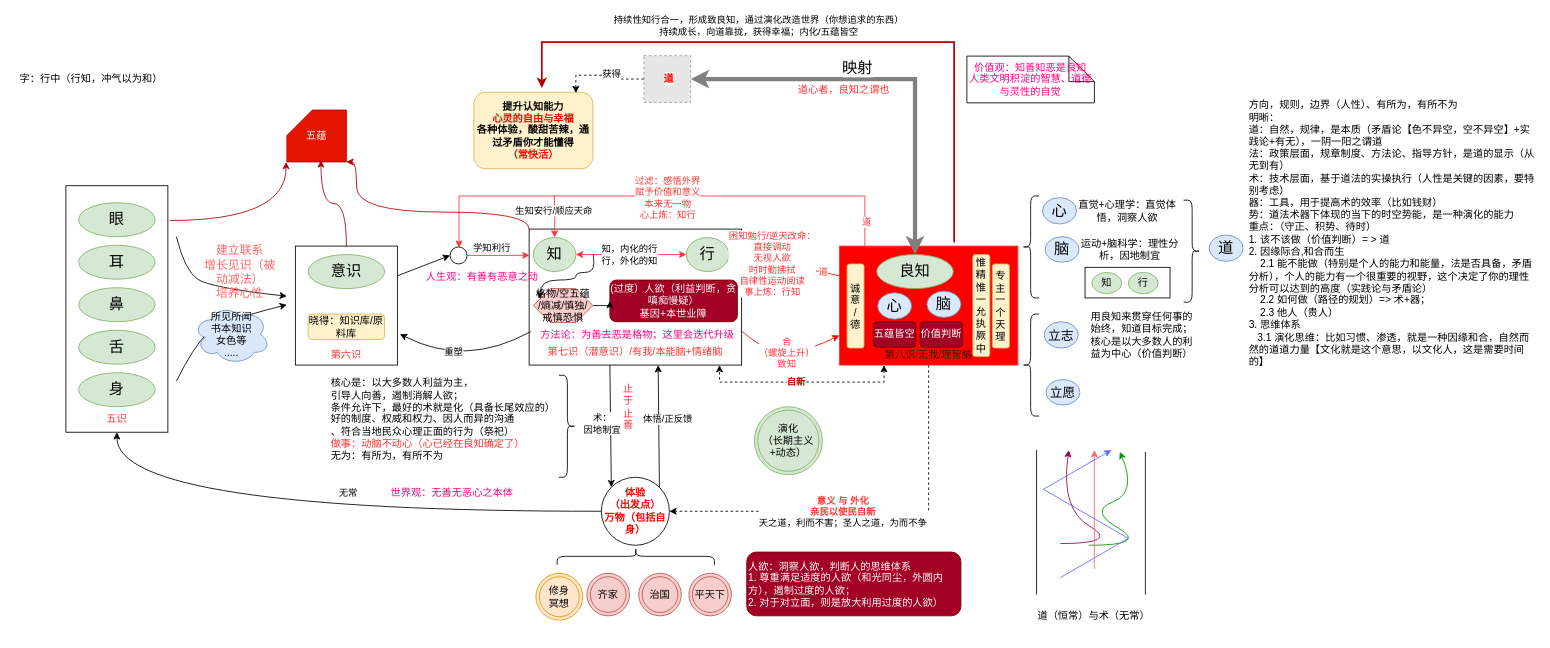
The draw.io diagram page "良知" (1 of 2) of xinxue.drawio in kason-huang/DrawIO, before the edit. Source tidied: cells renumbered, new cells numbered last; positions are measured from the earlier drawing's top-left corner, leaving out a move shared by most shapes. Both pictures are drawn from the tidied source at 85%, with x=0, y=0 at pixel (14, 42). Pictures stored in the file or linked from it are replaced by grey dashed boxes.
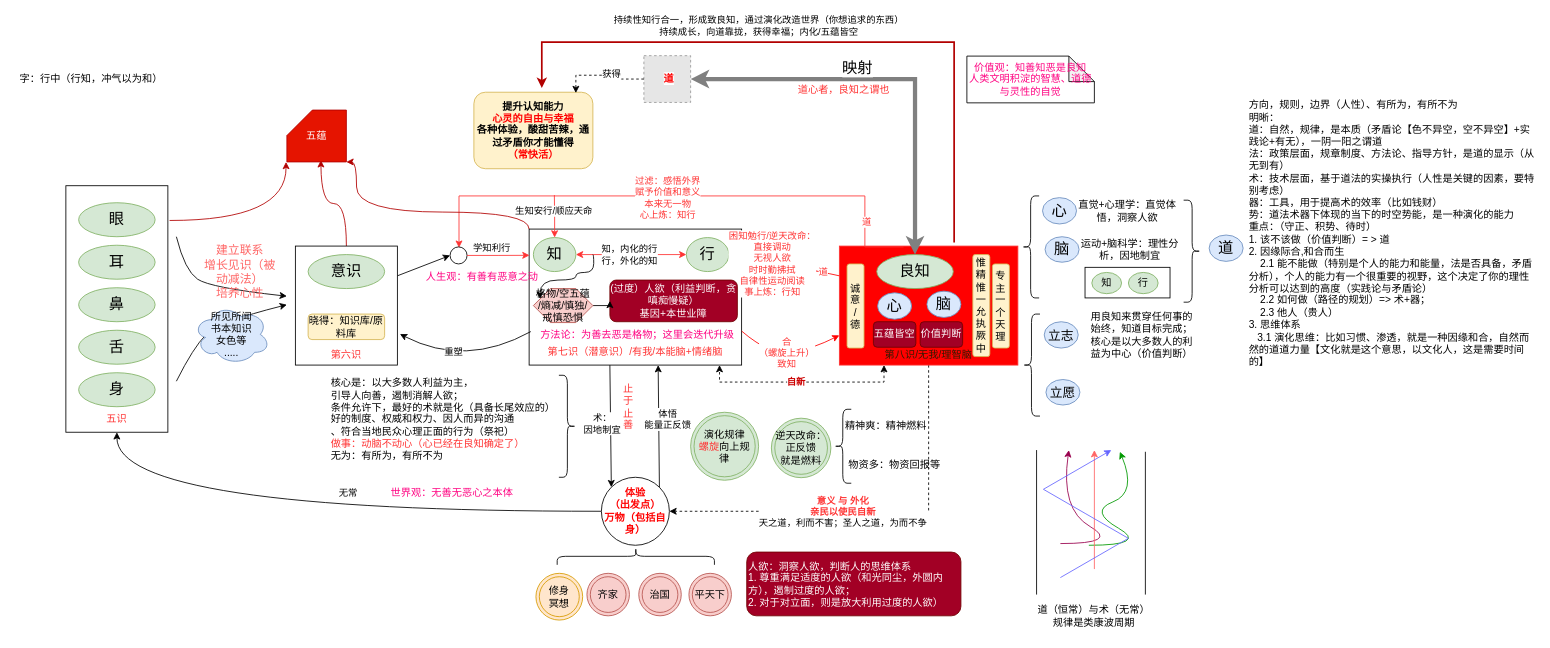
Above is the later version.

The change refers to these unchanged cells:
```xml
<mxCell id="50" style="rounded=0;jettySize=auto;html=1;entryX=0.583;entryY=1;entryDx=0;entryDy=0;entryPerimeter=0;exitX=1;exitY=0;exitDx=0;exitDy=0;" parent="1" edge="1" source="49">
  <mxGeometry relative="1" as="geometry">
    <mxPoint x="756.8" y="380" as="targetPoint" />
  </mxGeometry>
</mxCell>
```

The edit, as a diff of the source:
```diff
@@
-    <mxCell id="51" value="体悟/正反馈" style="edgeLabel;html=1;align=center;verticalAlign=middle;" parent="50" vertex="1">
+    <mxCell id="51" value="体悟&lt;div&gt;能量正反馈&lt;/div&gt;" style="edgeLabel;html=1;align=center;verticalAlign=middle;" parent="50" vertex="1">
       <mxGeometry x="0.09" relative="1" as="geometry">
         <mxPoint x="10" y="-2" as="offset" />
       </mxGeometry>
     </mxCell>
@@
     <mxCell id="64" style="shape=curlyBracket;whiteSpace=wrap;html=1;rounded=1;labelPosition=left;verticalLabelPosition=middle;align=right;verticalAlign=middle;" parent="1" vertex="1">
-      <mxGeometry x="1185" y="320" width="20" height="120" as="geometry" />
+      <mxGeometry x="1186" y="320" width="20" height="120" as="geometry" />
     </mxCell>
@@
-    <mxCell id="99" value="道（恒常）与术（无常）" style="text;html=1;align=center;verticalAlign=middle;strokeColor=none;fillColor=none;" parent="1" vertex="1">
-      <mxGeometry x="1189" y="660" width="160" height="30" as="geometry" />
+    <mxCell id="99" value="道（恒常）与术（无常）&lt;div&gt;规律是类康波周期&lt;/div&gt;" style="text;html=1;align=center;verticalAlign=middle;strokeColor=none;fillColor=none;" parent="1" vertex="1">
+      <mxGeometry x="1189" y="655" width="160" height="40" as="geometry" />
     </mxCell>
@@
-    <mxCell id="104" value="演化&lt;br&gt;（长期主义+动态）" style="ellipse;shape=doubleEllipse;whiteSpace=wrap;html=1;fillColor=#d5e8d4;strokeColor=#82b366;" parent="1" vertex="1">
-      <mxGeometry x="870" y="429" width="80" height="80" as="geometry" />
+    <mxCell id="104" value="演化规律&lt;br&gt;&lt;font color=&quot;#ff3333&quot;&gt;螺旋&lt;/font&gt;向上规律" style="ellipse;shape=doubleEllipse;whiteSpace=wrap;html=1;fillColor=#d5e8d4;strokeColor=#82b366;" parent="1" vertex="1">
+      <mxGeometry x="795" y="435.5" width="80" height="80" as="geometry" />
     </mxCell>
@@
+    <mxCell id="114" value="逆天改命：&lt;div&gt;正反馈&lt;div&gt;就是燃料&lt;/div&gt;&lt;/div&gt;" style="ellipse;shape=doubleEllipse;whiteSpace=wrap;html=1;fillColor=#d5e8d4;strokeColor=#82b366;" parent="1" vertex="1">
+      <mxGeometry x="890" y="442.5" width="70" height="70" as="geometry" />
+    </mxCell>
+    <mxCell id="115" style="shape=curlyBracket;whiteSpace=wrap;html=1;rounded=1;labelPosition=left;verticalLabelPosition=middle;align=right;verticalAlign=middle;" parent="1" vertex="1">
+      <mxGeometry x="964" y="432" width="20" height="87" as="geometry" />
+    </mxCell>
+    <mxCell id="116" value="精神爽：精神燃料" style="text;html=1;align=center;verticalAlign=middle;whiteSpace=wrap;rounded=0;" parent="1" vertex="1">
+      <mxGeometry x="970" y="437" width="110" height="30" as="geometry" />
+    </mxCell>
+    <mxCell id="117" value="物资多：物资回报等" style="text;html=1;align=center;verticalAlign=middle;whiteSpace=wrap;rounded=0;" parent="1" vertex="1">
+      <mxGeometry x="980" y="482" width="110" height="30" as="geometry" />
+    </mxCell>
```
